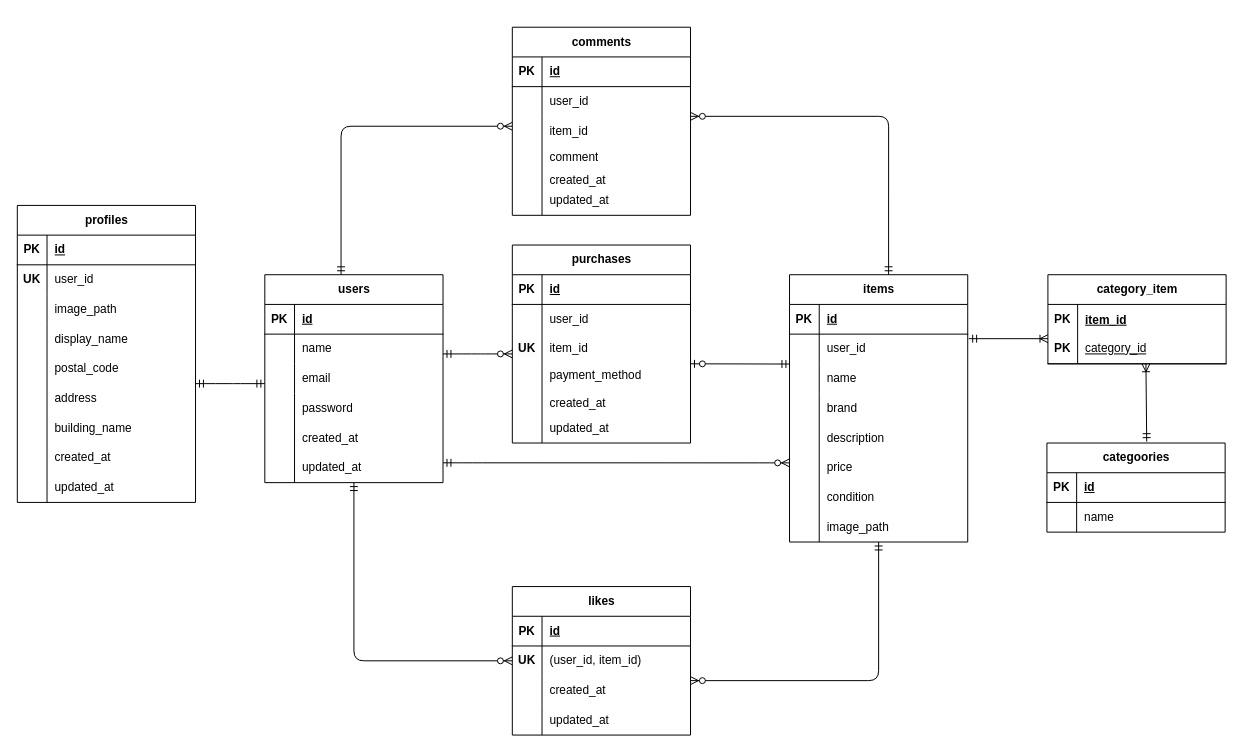
Earlier version of the draw.io diagram docs/er.drawio (riichikawashima-cmd/coachtech-freemarket). Source tidied: cells renumbered, new cells numbered last; positions are measured from the earlier drawing's top-left corner, leaving out a move shared by most shapes. Both pictures are drawn from the tidied source at 99%, with x=0, y=0 at pixel (17, 27).
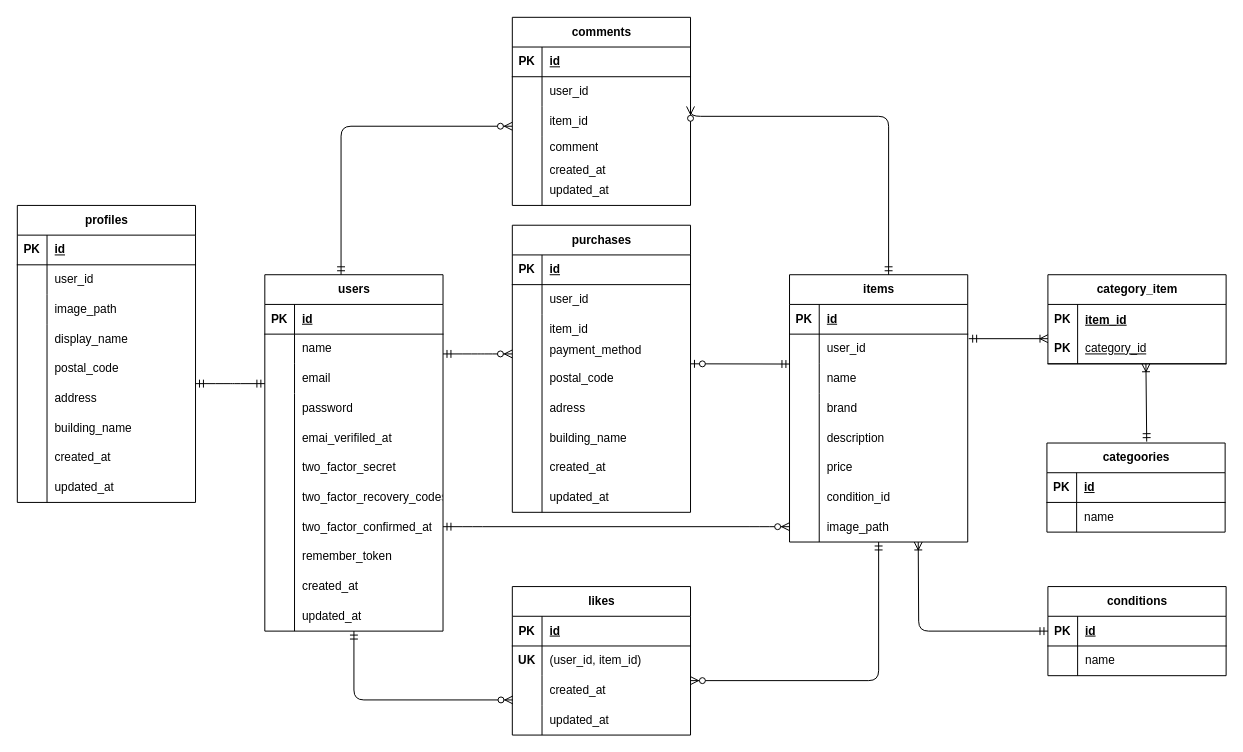
Above is the later version.

The change refers to these unchanged cells:
```xml
<mxCell id="43" style="shape=tableRow;horizontal=0;startSize=0;swimlaneHead=0;swimlaneBody=0;fillColor=none;points=[[0,0.5],[1,0.5]];portConstraint=eastwest;top=0;left=0;right=0;bottom=0;" parent="33" vertex="1">
  <mxGeometry y="120" width="180" height="150" as="geometry" />
</mxCell>
<mxCell id="69" style="shape=tableRow;horizontal=0;startSize=0;swimlaneHead=0;swimlaneBody=0;fillColor=none;points=[[0,0.5],[1,0.5]];portConstraint=eastwest;top=0;left=0;right=0;bottom=0;" parent="62" vertex="1">
  <mxGeometry y="90" width="180" height="30" as="geometry" />
</mxCell>
```

Change to the diagram source:
```diff
@@
     <mxCell id="3" value="users" style="shape=table;startSize=30;childLayout=tableLayout;rowLines=0;fontStyle=1;align=center;html=1;" parent="1" vertex="1">
-      <mxGeometry x="250" y="250" width="180" height="210" as="geometry" />
+      <mxGeometry x="250" y="250" width="180" height="360" as="geometry" />
     </mxCell>
@@
     <mxCell id="13" style="shape=tableRow;horizontal=0;startSize=0;swimlaneHead=0;swimlaneBody=0;fillColor=none;top=0;left=0;right=0;bottom=0;" parent="3" vertex="1">
-      <mxGeometry y="120" width="180" height="90" as="geometry" />
+      <mxGeometry y="120" width="180" height="240" as="geometry" />
     </mxCell>
     <mxCell id="14" style="shape=partialRectangle;fillColor=none;top=0;left=0;bottom=0;right=0;overflow=hidden;whiteSpace=wrap;html=1;" parent="13" vertex="1">
-      <mxGeometry width="30" height="90" as="geometry" />
+      <mxGeometry width="30" height="240" as="geometry" />
     </mxCell>
     <mxCell id="15" style="shape=partialRectangle;fillColor=none;top=0;left=0;bottom=0;right=0;align=left;spacingLeft=6;overflow=hidden;whiteSpace=wrap;html=1;" parent="13" vertex="1">
-      <mxGeometry x="30" width="150" height="90" as="geometry" />
+      <mxGeometry x="30" width="150" height="240" as="geometry" />
     </mxCell>
@@
-    <mxCell id="49" value="&lt;div&gt;&lt;font color=&quot;#000000&quot;&gt;condition&lt;/font&gt;&lt;/div&gt;" style="shape=partialRectangle;fillColor=none;top=0;left=0;bottom=0;right=0;align=left;spacingLeft=6;overflow=hidden;whiteSpace=wrap;html=1;" parent="1" vertex="1">
+    <mxCell id="49" value="&lt;div&gt;&lt;font color=&quot;#000000&quot;&gt;condition_id&lt;/font&gt;&lt;/div&gt;" style="shape=partialRectangle;fillColor=none;top=0;left=0;bottom=0;right=0;align=left;spacingLeft=6;overflow=hidden;whiteSpace=wrap;html=1;" parent="1" vertex="1">
       <mxGeometry x="810" y="460" width="150" height="30" as="geometry" />
     </mxCell>
@@
     <mxCell id="75" value="comments" style="shape=table;startSize=30;childLayout=tableLayout;rowLines=0;fontStyle=1;align=center;html=1;" parent="1" vertex="1">
-      <mxGeometry x="500" width="180" height="190" as="geometry" />
+      <mxGeometry x="500" y="-10" width="180" height="190" as="geometry" />
     </mxCell>
@@
     <mxCell id="88" value="purchases" style="shape=table;startSize=30;childLayout=tableLayout;rowLines=0;fontStyle=1;align=center;html=1;" parent="1" vertex="1">
-      <mxGeometry x="500" y="220" width="180" height="200" as="geometry" />
+      <mxGeometry x="500" y="200" width="180" height="290" as="geometry" />
     </mxCell>
@@
     <mxCell id="98" style="shape=tableRow;horizontal=0;startSize=0;swimlaneHead=0;swimlaneBody=0;fillColor=none;top=0;left=0;right=0;bottom=0;" parent="88" vertex="1">
-      <mxGeometry y="120" width="180" height="80" as="geometry" />
+      <mxGeometry y="120" width="180" height="170" as="geometry" />
     </mxCell>
     <mxCell id="99" style="shape=partialRectangle;fillColor=none;top=0;left=0;bottom=0;right=0;overflow=hidden;whiteSpace=wrap;html=1;" parent="98" vertex="1">
-      <mxGeometry width="30" height="80" as="geometry" />
+      <mxGeometry width="30" height="170" as="geometry" />
     </mxCell>
     <mxCell id="100" style="shape=partialRectangle;fillColor=none;top=0;left=0;bottom=0;right=0;align=left;spacingLeft=6;overflow=hidden;whiteSpace=wrap;html=1;" parent="98" vertex="1">
-      <mxGeometry x="30" width="150" height="80" as="geometry" />
+      <mxGeometry x="30" width="150" height="170" as="geometry" />
     </mxCell>
@@
-    <mxCell id="102" value="created_at" style="shape=partialRectangle;fillColor=none;top=0;left=0;bottom=0;right=0;align=left;spacingLeft=6;overflow=hidden;whiteSpace=wrap;html=1;" parent="1" vertex="1">
+    <mxCell id="102" value="emai_verifiled_at" style="shape=partialRectangle;fillColor=none;top=0;left=0;bottom=0;right=0;align=left;spacingLeft=6;overflow=hidden;whiteSpace=wrap;html=1;" parent="1" vertex="1">
       <mxGeometry x="280" y="400" width="150" height="30" as="geometry" />
     </mxCell>
-    <mxCell id="103" value="updated_at" style="shape=partialRectangle;fillColor=none;top=0;left=0;bottom=0;right=0;align=left;spacingLeft=6;overflow=hidden;whiteSpace=wrap;html=1;" parent="1" vertex="1">
+    <mxCell id="103" value="two_factor_secret" style="shape=partialRectangle;fillColor=none;top=0;left=0;bottom=0;right=0;align=left;spacingLeft=6;overflow=hidden;whiteSpace=wrap;html=1;" parent="1" vertex="1">
       <mxGeometry x="280" y="430" width="150" height="30" as="geometry" />
     </mxCell>
@@
-    <mxCell id="108" value="&lt;span style=&quot;color: rgb(0, 0, 0); font-family: Helvetica; font-size: 12px; font-style: normal; font-variant-ligatures: normal; font-variant-caps: normal; font-weight: 700; letter-spacing: normal; orphans: 2; text-align: center; text-indent: 0px; text-transform: none; widows: 2; word-spacing: 0px; -webkit-text-stroke-width: 0px; white-space: normal; background-color: rgb(251, 251, 251); text-decoration-thickness: initial; text-decoration-style: initial; text-decoration-color: initial; float: none; display: inline !important;&quot;&gt;UK&lt;/span&gt;" style="shape=partialRectangle;fillColor=none;top=0;left=0;bottom=0;right=0;overflow=hidden;whiteSpace=wrap;html=1;" parent="1" vertex="1">
-      <mxGeometry y="240" width="30" height="30" as="geometry" />
-    </mxCell>
@@
-    <mxCell id="111" value="&lt;span style=&quot;color: rgb(0, 0, 0); font-family: Helvetica; font-size: 12px; font-style: normal; font-variant-ligatures: normal; font-variant-caps: normal; font-weight: 700; letter-spacing: normal; orphans: 2; text-align: center; text-indent: 0px; text-transform: none; widows: 2; word-spacing: 0px; -webkit-text-stroke-width: 0px; white-space: normal; background-color: rgb(251, 251, 251); text-decoration-thickness: initial; text-decoration-style: initial; text-decoration-color: initial; float: none; display: inline !important;&quot;&gt;UK&lt;/span&gt;" style="shape=partialRectangle;fillColor=none;top=0;left=0;bottom=0;right=0;overflow=hidden;whiteSpace=wrap;html=1;" parent="1" vertex="1">
-      <mxGeometry x="500" y="310" width="30" height="30" as="geometry" />
-    </mxCell>
     <mxCell id="112" value="&lt;p&gt;payment_method&lt;/p&gt;" style="shape=partialRectangle;fillColor=none;top=0;left=0;bottom=0;right=0;align=left;spacingLeft=6;overflow=hidden;whiteSpace=wrap;html=1;" parent="1" vertex="1">
-      <mxGeometry x="530" y="330" width="150" height="30" as="geometry" />
+      <mxGeometry x="530" y="305" width="150" height="30" as="geometry" />
     </mxCell>
-    <mxCell id="113" value="created_at" style="shape=partialRectangle;fillColor=none;top=0;left=0;bottom=0;right=0;align=left;spacingLeft=6;overflow=hidden;whiteSpace=wrap;html=1;" parent="1" vertex="1">
-      <mxGeometry x="530" y="365" width="150" height="30" as="geometry" />
+    <mxCell id="113" value="building_name" style="shape=partialRectangle;fillColor=none;top=0;left=0;bottom=0;right=0;align=left;spacingLeft=6;overflow=hidden;whiteSpace=wrap;html=1;" parent="1" vertex="1">
+      <mxGeometry x="530" y="400" width="150" height="30" as="geometry" />
     </mxCell>
-    <mxCell id="114" value="&lt;div&gt;&lt;font color=&quot;#000000&quot;&gt;updated_at&lt;/font&gt;&lt;/div&gt;" style="shape=partialRectangle;fillColor=none;top=0;left=0;bottom=0;right=0;align=left;spacingLeft=6;overflow=hidden;whiteSpace=wrap;html=1;" parent="1" vertex="1">
-      <mxGeometry x="530" y="390" width="150" height="30" as="geometry" />
+    <mxCell id="114" value="&lt;span style=&quot;color: rgb(0, 0, 0);&quot;&gt;created_at&lt;/span&gt;" style="shape=partialRectangle;fillColor=none;top=0;left=0;bottom=0;right=0;align=left;spacingLeft=6;overflow=hidden;whiteSpace=wrap;html=1;" parent="1" vertex="1">
+      <mxGeometry x="530" y="430" width="150" height="30" as="geometry" />
     </mxCell>
     <mxCell id="115" value="&lt;p&gt;comment&lt;/p&gt;" style="shape=partialRectangle;fillColor=none;top=0;left=0;bottom=0;right=0;align=left;spacingLeft=6;overflow=hidden;whiteSpace=wrap;html=1;" parent="1" vertex="1">
-      <mxGeometry x="530" y="110" width="150" height="30" as="geometry" />
+      <mxGeometry x="530" y="100" width="150" height="30" as="geometry" />
     </mxCell>
     <mxCell id="116" value="created_at" style="shape=partialRectangle;fillColor=none;top=0;left=0;bottom=0;right=0;align=left;spacingLeft=6;overflow=hidden;whiteSpace=wrap;html=1;" parent="1" vertex="1">
-      <mxGeometry x="530" y="140" width="150" height="30" as="geometry" />
+      <mxGeometry x="530" y="130" width="150" height="30" as="geometry" />
     </mxCell>
     <mxCell id="117" value="updated_at" style="shape=partialRectangle;fillColor=none;top=0;left=0;bottom=0;right=0;align=left;spacingLeft=6;overflow=hidden;whiteSpace=wrap;html=1;" parent="1" vertex="1">
-      <mxGeometry x="530" y="160" width="150" height="30" as="geometry" />
+      <mxGeometry x="530" y="150" width="150" height="30" as="geometry" />
     </mxCell>
@@
-    <mxCell id="119" style="edgeStyle=entityRelationEdgeStyle;fontSize=12;html=1;endArrow=ERzeroToMany;startArrow=ERmandOne;entryX=0;entryY=0.467;entryDx=0;entryDy=0;entryPerimeter=0;" parent="1" edge="1" target="43">
+    <mxCell id="119" style="edgeStyle=entityRelationEdgeStyle;fontSize=12;html=1;endArrow=ERzeroToMany;startArrow=ERmandOne;entryX=0;entryY=0.467;entryDx=0;entryDy=0;entryPerimeter=0;" parent="1" edge="1">
       <mxGeometry relative="1" as="geometry">
-        <mxPoint x="430" y="440" as="sourcePoint" />
+        <mxPoint x="430" y="504.5" as="sourcePoint" />
+        <mxPoint x="780" y="504.5" as="targetPoint" />
       </mxGeometry>
     </mxCell>
@@
-    <mxCell id="121" style="edgeStyle=orthogonalEdgeStyle;fontSize=12;html=1;endArrow=ERzeroToMany;startArrow=ERmandOne;" parent="1" edge="1">
+    <mxCell id="121" style="edgeStyle=orthogonalEdgeStyle;fontSize=12;html=1;endArrow=ERzeroToMany;startArrow=ERmandOne;entryX=0.003;entryY=0.817;entryDx=0;entryDy=0;entryPerimeter=0;" parent="1" edge="1" target="69">
       <mxGeometry relative="1" as="geometry">
-        <mxPoint x="340" y="460" as="sourcePoint" />
-        <mxPoint x="500" y="640" as="targetPoint" />
+        <mxPoint x="340" y="610" as="sourcePoint" />
         <Array as="points">
-          <mxPoint x="340" y="640" />
+          <mxPoint x="340" y="680" />
         </Array>
       </mxGeometry>
     </mxCell>
@@
+    <mxCell id="127" value="two_factor_recovery_codes" style="shape=partialRectangle;fillColor=none;top=0;left=0;bottom=0;right=0;align=left;spacingLeft=6;overflow=hidden;whiteSpace=wrap;html=1;" parent="1" vertex="1">
+      <mxGeometry x="280" y="460" width="150" height="30" as="geometry" />
+    </mxCell>
+    <mxCell id="128" value="&lt;span style=&quot;color: rgb(0, 0, 0);&quot;&gt;two_factor_confirmed_at&lt;/span&gt;" style="shape=partialRectangle;fillColor=none;top=0;left=0;bottom=0;right=0;align=left;spacingLeft=6;overflow=hidden;whiteSpace=wrap;html=1;" parent="1" vertex="1">
+      <mxGeometry x="280" y="490" width="150" height="30" as="geometry" />
+    </mxCell>
+    <mxCell id="129" value="remember_token" style="shape=partialRectangle;fillColor=none;top=0;left=0;bottom=0;right=0;align=left;spacingLeft=6;overflow=hidden;whiteSpace=wrap;html=1;" parent="1" vertex="1">
+      <mxGeometry x="280" y="520" width="150" height="30" as="geometry" />
+    </mxCell>
+    <mxCell id="130" value="&lt;span style=&quot;color: rgb(0, 0, 0);&quot;&gt;created_at&lt;/span&gt;" style="shape=partialRectangle;fillColor=none;top=0;left=0;bottom=0;right=0;align=left;spacingLeft=6;overflow=hidden;whiteSpace=wrap;html=1;" parent="1" vertex="1">
+      <mxGeometry x="280" y="550" width="150" height="30" as="geometry" />
+    </mxCell>
+    <mxCell id="131" value="updated_at" style="shape=partialRectangle;fillColor=none;top=0;left=0;bottom=0;right=0;align=left;spacingLeft=6;overflow=hidden;whiteSpace=wrap;html=1;" parent="1" vertex="1">
+      <mxGeometry x="280" y="580" width="150" height="30" as="geometry" />
+    </mxCell>
+    <mxCell id="132" value="postal_code" style="shape=partialRectangle;fillColor=none;top=0;left=0;bottom=0;right=0;align=left;spacingLeft=6;overflow=hidden;whiteSpace=wrap;html=1;" parent="1" vertex="1">
+      <mxGeometry x="530" y="340" width="150" height="30" as="geometry" />
+    </mxCell>
+    <mxCell id="133" value="adress" style="shape=partialRectangle;fillColor=none;top=0;left=0;bottom=0;right=0;align=left;spacingLeft=6;overflow=hidden;whiteSpace=wrap;html=1;" parent="1" vertex="1">
+      <mxGeometry x="530" y="370" width="150" height="30" as="geometry" />
+    </mxCell>
+    <mxCell id="134" value="&lt;div&gt;&lt;font color=&quot;#000000&quot;&gt;updated_at&lt;/font&gt;&lt;/div&gt;" style="shape=partialRectangle;fillColor=none;top=0;left=0;bottom=0;right=0;align=left;spacingLeft=6;overflow=hidden;whiteSpace=wrap;html=1;" parent="1" vertex="1">
+      <mxGeometry x="530" y="460" width="150" height="30" as="geometry" />
+    </mxCell>
+    <mxCell id="135" value="conditions" style="shape=table;startSize=30;childLayout=tableLayout;rowLines=0;fontStyle=1;align=center;html=1;" parent="1" vertex="1">
+      <mxGeometry x="1041" y="565" width="180" height="90" as="geometry" />
+    </mxCell>
+    <mxCell id="136" style="shape=tableRow;horizontal=0;startSize=0;swimlaneHead=0;swimlaneBody=0;fillColor=none;points=[[0,0.5],[1,0.5]];portConstraint=eastwest;top=0;left=0;right=0;bottom=1;" parent="135" vertex="1">
+      <mxGeometry y="30" width="180" height="30" as="geometry" />
+    </mxCell>
+    <mxCell id="137" value="PK" style="shape=partialRectangle;fillColor=none;top=0;left=0;bottom=0;right=0;fontStyle=1;overflow=hidden;whiteSpace=wrap;html=1;" parent="136" vertex="1">
+      <mxGeometry width="30" height="30" as="geometry" />
+    </mxCell>
+    <mxCell id="138" value="id" style="shape=partialRectangle;fillColor=none;top=0;left=0;bottom=0;right=0;align=left;spacingLeft=6;fontStyle=5;overflow=hidden;whiteSpace=wrap;html=1;" parent="136" vertex="1">
+      <mxGeometry x="30" width="150" height="30" as="geometry" />
+    </mxCell>
+    <mxCell id="139" style="shape=tableRow;horizontal=0;startSize=0;swimlaneHead=0;swimlaneBody=0;fillColor=none;top=0;left=0;right=0;bottom=0;" parent="135" vertex="1">
+      <mxGeometry y="60" width="180" height="30" as="geometry" />
+    </mxCell>
+    <mxCell id="140" style="shape=partialRectangle;fillColor=none;top=0;left=0;bottom=0;right=0;overflow=hidden;whiteSpace=wrap;html=1;" parent="139" vertex="1">
+      <mxGeometry width="30" height="30" as="geometry" />
+    </mxCell>
+    <mxCell id="141" value="name" style="shape=partialRectangle;fillColor=none;top=0;left=0;bottom=0;right=0;align=left;spacingLeft=6;overflow=hidden;whiteSpace=wrap;html=1;" parent="139" vertex="1">
+      <mxGeometry x="30" width="150" height="30" as="geometry" />
+    </mxCell>
+    <mxCell id="142" style="fontSize=12;html=1;endArrow=ERoneToMany;startArrow=ERmandOne;edgeStyle=orthogonalEdgeStyle;exitX=0;exitY=0.5;exitDx=0;exitDy=0;" parent="1" edge="1" source="136">
+      <mxGeometry relative="1" as="geometry">
+        <mxPoint x="910" y="520" as="targetPoint" />
+      </mxGeometry>
+    </mxCell>
```
